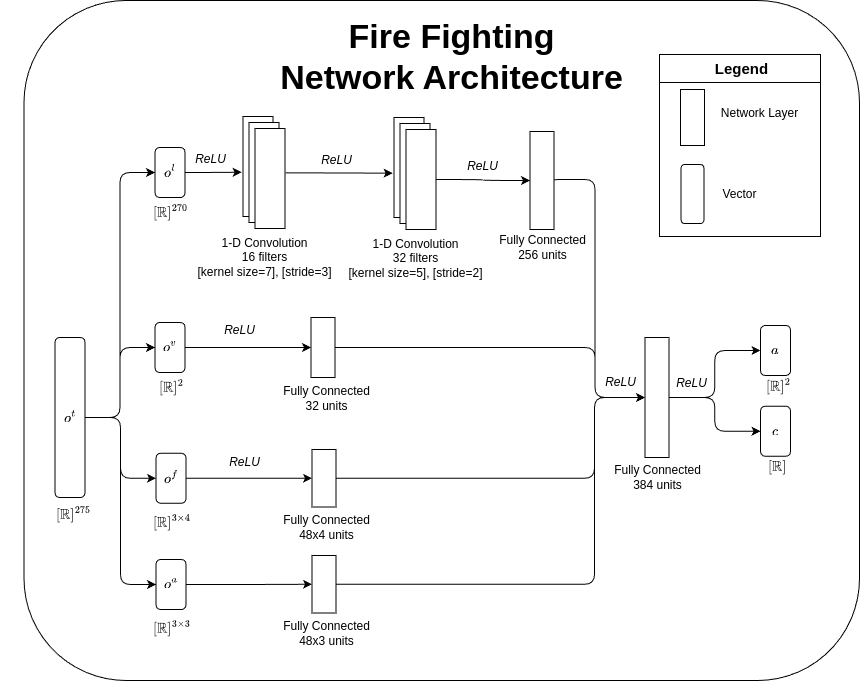
Earlier version of the draw.io export scripts/agents/fire_agent.drawio.png (TTMead/reinforcement-learning). Source tidied: cells renumbered, new cells last; positions are measured from the earlier drawing's top-left corner, leaving out a move shared by most shapes.
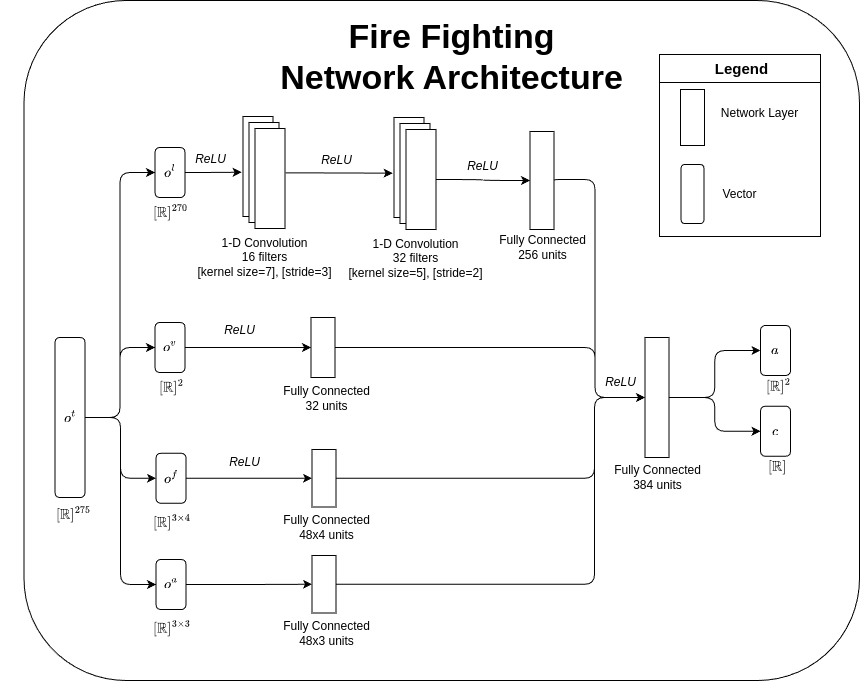
After the change.

Diff of the diagram source:
```diff
@@ -164,9 +164,6 @@
     <mxCell id="50" value="ReLU" style="text;html=1;align=center;verticalAlign=middle;strokeColor=none;fillColor=none;fontStyle=2;" parent="1" vertex="1">
       <mxGeometry x="219.5" y="449" width="49" height="26" as="geometry" />
     </mxCell>
-    <mxCell id="51" value="ReLU" style="text;html=1;align=center;verticalAlign=middle;strokeColor=none;fillColor=none;fontStyle=2;" parent="1" vertex="1">
-      <mxGeometry x="666.5" y="370" width="49" height="26" as="geometry" />
-    </mxCell>
     <mxCell id="52" style="rounded=0;whiteSpace=wrap;html=1;" parent="1" vertex="1">
       <mxGeometry x="680" y="89" width="24" height="56" as="geometry" />
     </mxCell>
```
